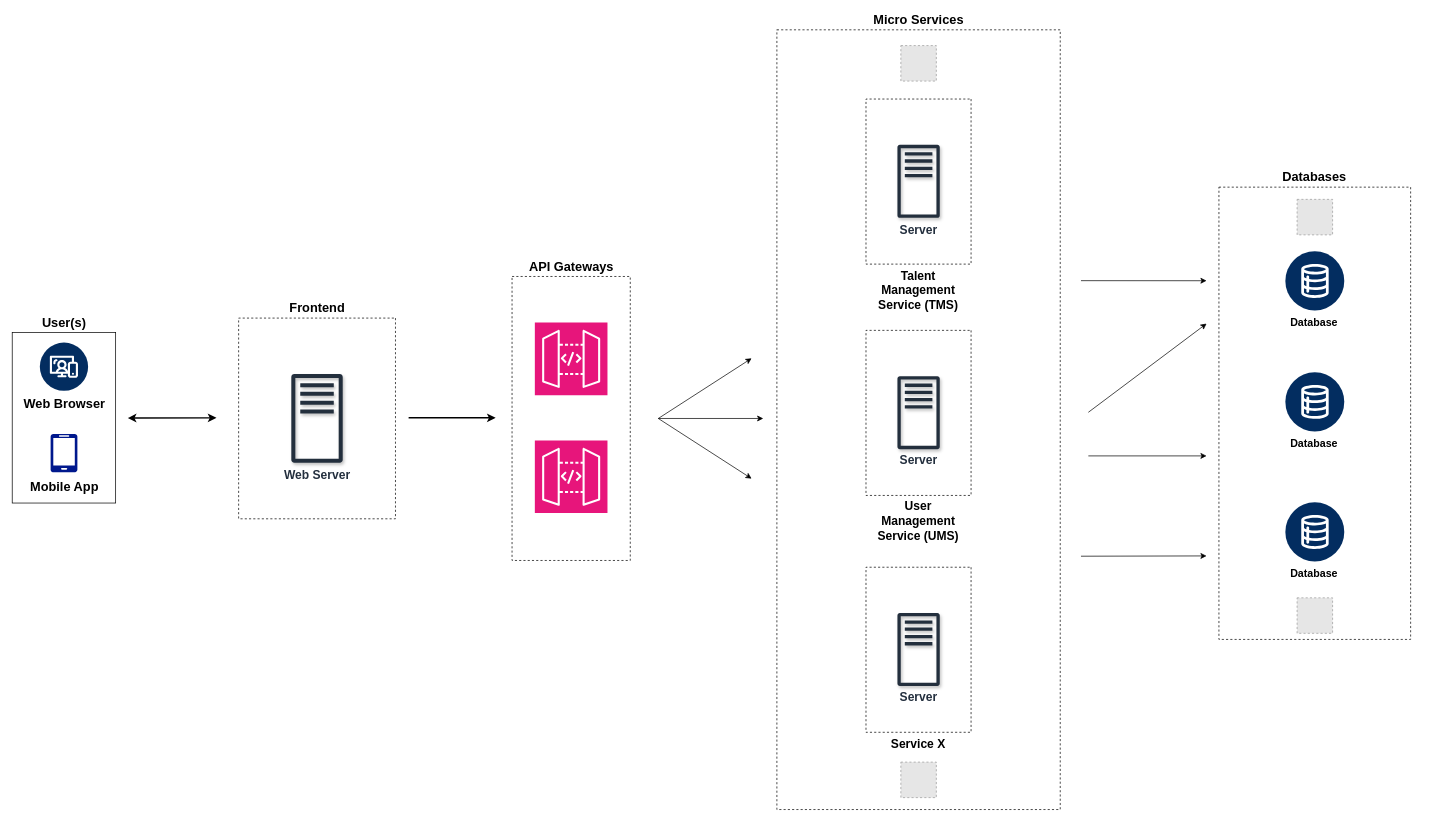
Before: newFinal.drawio in sikandar-ramzan/NinjaVision, a draw.io diagram. Source tidied: cells renumbered, new cells numbered last; positions are measured from the earlier drawing's top-left corner, leaving out a move shared by most shapes. Both pictures are drawn from the tidied source at 71%, with x=0, y=0 at pixel (12, 30). Pictures stored in the file or linked from it are replaced by grey dashed boxes.
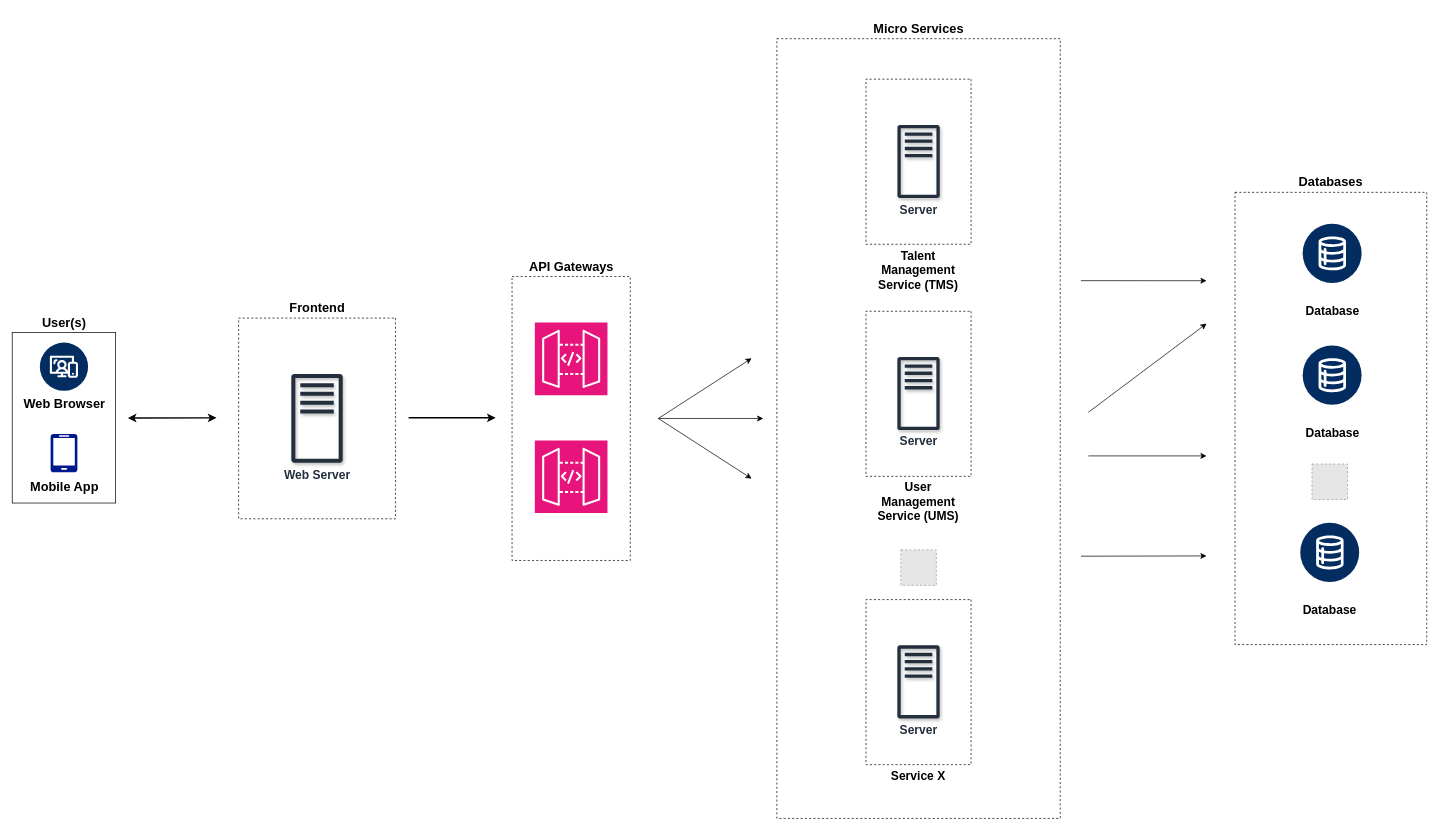
The same page after the edit.

What changed in the source:
```diff
@@
+    <mxCell id="29" value="&lt;b style=&quot;&quot;&gt;&lt;font style=&quot;font-size: 18px;&quot;&gt;Frontend&lt;/font&gt;&lt;/b&gt;" style="rounded=0;whiteSpace=wrap;html=1;direction=south;fillColor=none;dashed=1;labelPosition=center;verticalLabelPosition=top;align=center;verticalAlign=bottom;" parent="1" vertex="1">
+      <mxGeometry x="318.6" y="405.5" width="220.9" height="282.7" as="geometry" />
+    </mxCell>
+    <mxCell id="30" value="&lt;font size=&quot;1&quot; style=&quot;&quot;&gt;&lt;b style=&quot;font-size: 17px;&quot;&gt;Web Server&lt;/b&gt;&lt;/font&gt;" style="sketch=0;fontColor=#232F3E;gradientColor=none;fillColor=#232F3D;strokeColor=none;dashed=0;verticalLabelPosition=bottom;verticalAlign=top;align=center;html=1;fontSize=12;fontStyle=0;shape=mxgraph.aws4.traditional_server;shadow=1;" parent="1" vertex="1">
+      <mxGeometry x="392.8" y="484.1" width="72.4" height="125.5" as="geometry" />
+    </mxCell>
+    <mxCell id="40" style="group;" parent="1" vertex="1">
+      <mxGeometry x="735.8" y="411.8" width="102.3" height="268.4" as="geometry" />
+    </mxCell>
+    <mxCell id="41" style="sketch=0;fontColor=#232F3E;fillColor=#E7157B;strokeColor=#ffffff;dashed=0;verticalLabelPosition=bottom;verticalAlign=top;align=center;html=1;fontSize=12;fontStyle=0;shape=mxgraph.aws4.resourceIcon;resIcon=mxgraph.aws4.api_gateway;" parent="40" vertex="1">
+      <mxGeometry y="166.1" width="102.3" height="102.3" as="geometry" />
+    </mxCell>
+    <mxCell id="42" style="sketch=0;fontColor=#232F3E;fillColor=#E7157B;strokeColor=#ffffff;dashed=0;verticalLabelPosition=bottom;verticalAlign=top;align=center;html=1;fontSize=12;fontStyle=0;shape=mxgraph.aws4.resourceIcon;resIcon=mxgraph.aws4.api_gateway;" parent="40" vertex="1">
+      <mxGeometry width="102.3" height="102.3" as="geometry" />
+    </mxCell>
+    <mxCell id="43" style="group;" parent="1" vertex="1">
+      <mxGeometry x="1722" y="228.4" width="270" height="637" as="geometry" />
+    </mxCell>
+    <mxCell id="39" value="&lt;font style=&quot;font-size: 18px;&quot;&gt;&lt;b&gt;Databases&lt;/b&gt;&lt;/font&gt;" style="rounded=0;whiteSpace=wrap;html=1;fillColor=none;dashed=1;labelPosition=center;verticalLabelPosition=top;align=center;verticalAlign=bottom;" parent="43" vertex="1">
+      <mxGeometry width="270" height="637" as="geometry" />
+    </mxCell>
+    <mxCell id="44" style="group;" parent="43" vertex="1">
+      <mxGeometry x="91.7" y="44.3" width="86.6" height="504.4" as="geometry" />
+    </mxCell>
+    <mxCell id="32" style="fillColor=#E6E6E6;strokeColor=#999999;dashed=1;html=1;verticalAlign=top;verticalLabelPosition=bottom;labelBackgroundColor=#ffffff;" parent="44" vertex="1">
+      <mxGeometry x="16.7" y="338.4" width="50" height="50" as="geometry" />
+    </mxCell>
+    <mxCell id="33" value="&lt;p style=&quot;line-height: 120%;&quot;&gt;&lt;font size=&quot;1&quot; style=&quot;&quot;&gt;&lt;b style=&quot;font-size: 17px;&quot;&gt;Database&lt;/b&gt;&lt;/font&gt;&lt;/p&gt;" style="verticalLabelPosition=bottom;html=1;shape=mxgraph.salesforce.data2;" parent="44" vertex="1">
+      <mxGeometry x="3.4" width="83.3" height="83.3" as="geometry" />
+    </mxCell>
+    <mxCell id="45" value="&lt;p style=&quot;line-height: 120%;&quot;&gt;&lt;font size=&quot;1&quot; style=&quot;&quot;&gt;&lt;b style=&quot;font-size: 17px;&quot;&gt;Database&lt;/b&gt;&lt;/font&gt;&lt;/p&gt;" style="verticalLabelPosition=bottom;html=1;shape=mxgraph.salesforce.data2;" parent="44" vertex="1">
+      <mxGeometry x="3.4" y="171.5" width="83.3" height="83.3" as="geometry" />
+    </mxCell>
+    <mxCell id="46" value="&lt;p style=&quot;line-height: 120%;&quot;&gt;&lt;font size=&quot;1&quot; style=&quot;&quot;&gt;&lt;b style=&quot;font-size: 17px;&quot;&gt;Database&lt;/b&gt;&lt;/font&gt;&lt;/p&gt;" style="verticalLabelPosition=bottom;html=1;shape=mxgraph.salesforce.data2;" parent="44" vertex="1">
+      <mxGeometry y="421.2" width="83.3" height="83.3" as="geometry" />
+    </mxCell>
+    <mxCell id="47" style="group;" parent="1" vertex="1">
+      <mxGeometry x="1076.7" y="12" width="399.1" height="1098.2" as="geometry" />
+    </mxCell>
-    <mxCell id="17" value="&lt;b&gt;&lt;font style=&quot;font-size: 18px;&quot;&gt;Micro Services&lt;/font&gt;&lt;/b&gt;" style="rounded=0;whiteSpace=wrap;html=1;rotation=0;fillColor=none;dashed=1;labelPosition=center;verticalLabelPosition=top;align=center;verticalAlign=bottom;" parent="1" vertex="1">
-      <mxGeometry x="1076.7" y="-0.5" width="399.1" height="1098.2" as="geometry" />
+    <mxCell id="17" value="&lt;b&gt;&lt;font style=&quot;font-size: 18px;&quot;&gt;Micro Services&lt;/font&gt;&lt;/b&gt;" style="rounded=0;whiteSpace=wrap;html=1;rotation=0;fillColor=none;dashed=1;labelPosition=center;verticalLabelPosition=top;align=center;verticalAlign=bottom;" parent="47" vertex="1">
+      <mxGeometry width="399.1" height="1098.2" as="geometry" />
     </mxCell>
+    <mxCell id="48" style="group;" parent="47" vertex="1">
+      <mxGeometry x="100.7" y="30" width="197.7" height="992.5" as="geometry" />
+    </mxCell>
-    <mxCell id="18" style="fillColor=#E6E6E6;strokeColor=#999999;dashed=1;html=1;verticalAlign=top;verticalLabelPosition=bottom;labelBackgroundColor=#ffffff;" parent="1" vertex="1">
-      <mxGeometry x="1251.3" y="1030.9" width="50" height="50" as="geometry" />
+    <mxCell id="18" style="fillColor=#E6E6E6;strokeColor=#999999;dashed=1;html=1;verticalAlign=top;verticalLabelPosition=bottom;labelBackgroundColor=#ffffff;" parent="48" vertex="1">
+      <mxGeometry x="73.9" y="690" width="50" height="50" as="geometry" />
     </mxCell>
-    <mxCell id="19" style="fillColor=#E6E6E6;strokeColor=#999999;dashed=1;html=1;verticalAlign=top;verticalLabelPosition=bottom;labelBackgroundColor=#ffffff;" parent="1" vertex="1">
-      <mxGeometry x="1251.3" y="21.7" width="50" height="50" as="geometry" />
-    </mxCell>
+    <mxCell id="23" style="group;" parent="48" vertex="1">
+      <mxGeometry y="353.9" width="197.7" height="287.6" as="geometry" />
+    </mxCell>
+    <mxCell id="26" style="group;" parent="48" vertex="1">
+      <mxGeometry y="687.5" width="197.7" height="287.6" as="geometry" />
+    </mxCell>
+    <mxCell id="49" style="group;" parent="48" vertex="1">
+      <mxGeometry width="197.7" height="287.6" as="geometry" />
+    </mxCell>
-    <mxCell id="20" style="group;" parent="1" vertex="1">
-      <mxGeometry x="1177.4" y="70" width="197.7" height="287.6" as="geometry" />
+    <mxCell id="20" style="group;" parent="49" vertex="1">
+      <mxGeometry width="197.7" height="287.6" as="geometry" />
     </mxCell>
-    <mxCell id="21" value="&lt;b style=&quot;&quot;&gt;&lt;font style=&quot;font-size: 17px;&quot;&gt;Talent Management Service (TMS)&lt;/font&gt;&lt;/b&gt;" style="rounded=0;whiteSpace=wrap;html=1;direction=south;fillColor=none;dashed=1;labelPosition=center;verticalLabelPosition=bottom;align=center;verticalAlign=top;" parent="1" vertex="1">
-      <mxGeometry x="1202.2" y="97" width="148" height="232.5" as="geometry" />
+    <mxCell id="21" value="&lt;b style=&quot;&quot;&gt;&lt;font style=&quot;font-size: 17px;&quot;&gt;Talent Management Service (TMS)&lt;/font&gt;&lt;/b&gt;" style="rounded=0;whiteSpace=wrap;html=1;direction=south;fillColor=none;dashed=1;labelPosition=center;verticalLabelPosition=bottom;align=center;verticalAlign=top;" parent="49" vertex="1">
+      <mxGeometry x="24.8" y="27" width="148" height="232.5" as="geometry" />
     </mxCell>
-    <mxCell id="22" value="&lt;font size=&quot;1&quot; style=&quot;&quot;&gt;&lt;b style=&quot;font-size: 17px;&quot;&gt;Server&lt;/b&gt;&lt;/font&gt;" style="sketch=0;fontColor=#232F3E;gradientColor=none;fillColor=#232F3D;strokeColor=none;dashed=0;verticalLabelPosition=bottom;verticalAlign=top;align=center;html=1;fontSize=12;fontStyle=0;shape=mxgraph.aws4.traditional_server;shadow=1;" parent="1" vertex="1">
-      <mxGeometry x="1246.5" y="161.3" width="59.6" height="103.2" as="geometry" />
+    <mxCell id="22" value="&lt;font size=&quot;1&quot; style=&quot;&quot;&gt;&lt;b style=&quot;font-size: 17px;&quot;&gt;Server&lt;/b&gt;&lt;/font&gt;" style="sketch=0;fontColor=#232F3E;gradientColor=none;fillColor=#232F3D;strokeColor=none;dashed=0;verticalLabelPosition=bottom;verticalAlign=top;align=center;html=1;fontSize=12;fontStyle=0;shape=mxgraph.aws4.traditional_server;shadow=1;" parent="49" vertex="1">
+      <mxGeometry x="69.1" y="91.3" width="59.6" height="103.2" as="geometry" />
     </mxCell>
-    <mxCell id="23" style="group;" parent="1" vertex="1">
-      <mxGeometry x="1177.4" y="395.9" width="197.7" height="287.6" as="geometry" />
-    </mxCell>
+    <mxCell id="50" style="group;" parent="48" vertex="1">
+      <mxGeometry x="24.8" y="353.9" width="148" height="232.5" as="geometry" />
+    </mxCell>
-    <mxCell id="24" value="&lt;b style=&quot;&quot;&gt;&lt;font style=&quot;font-size: 17px;&quot;&gt;User Management Service (UMS)&lt;/font&gt;&lt;/b&gt;" style="rounded=0;whiteSpace=wrap;html=1;direction=south;fillColor=none;dashed=1;labelPosition=center;verticalLabelPosition=bottom;align=center;verticalAlign=top;" parent="1" vertex="1">
-      <mxGeometry x="1202.2" y="422.8" width="148" height="232.5" as="geometry" />
+    <mxCell id="24" value="&lt;b style=&quot;&quot;&gt;&lt;font style=&quot;font-size: 17px;&quot;&gt;User Management Service (UMS)&lt;/font&gt;&lt;/b&gt;" style="rounded=0;whiteSpace=wrap;html=1;direction=south;fillColor=none;dashed=1;labelPosition=center;verticalLabelPosition=bottom;align=center;verticalAlign=top;" parent="50" vertex="1">
+      <mxGeometry width="148" height="232.5" as="geometry" />
     </mxCell>
-    <mxCell id="25" value="&lt;font size=&quot;1&quot; style=&quot;&quot;&gt;&lt;b style=&quot;font-size: 17px;&quot;&gt;Server&lt;/b&gt;&lt;/font&gt;" style="sketch=0;fontColor=#232F3E;gradientColor=none;fillColor=#232F3D;strokeColor=none;dashed=0;verticalLabelPosition=bottom;verticalAlign=top;align=center;html=1;fontSize=12;fontStyle=0;shape=mxgraph.aws4.traditional_server;shadow=1;" parent="1" vertex="1">
-      <mxGeometry x="1246.5" y="487.1" width="59.6" height="103.2" as="geometry" />
+    <mxCell id="25" value="&lt;font size=&quot;1&quot; style=&quot;&quot;&gt;&lt;b style=&quot;font-size: 17px;&quot;&gt;Server&lt;/b&gt;&lt;/font&gt;" style="sketch=0;fontColor=#232F3E;gradientColor=none;fillColor=#232F3D;strokeColor=none;dashed=0;verticalLabelPosition=bottom;verticalAlign=top;align=center;html=1;fontSize=12;fontStyle=0;shape=mxgraph.aws4.traditional_server;shadow=1;" parent="50" vertex="1">
+      <mxGeometry x="44.2" y="64.3" width="59.6" height="103.2" as="geometry" />
     </mxCell>
-    <mxCell id="26" style="group;" parent="1" vertex="1">
-      <mxGeometry x="1177.4" y="729.5" width="197.7" height="287.6" as="geometry" />
-    </mxCell>
+    <mxCell id="51" style="group;" parent="48" vertex="1">
+      <mxGeometry x="24.8" y="760" width="148" height="232.5" as="geometry" />
+    </mxCell>
-    <mxCell id="27" value="&lt;b style=&quot;&quot;&gt;&lt;font style=&quot;font-size: 17px;&quot;&gt;Service X&lt;/font&gt;&lt;/b&gt;" style="rounded=0;whiteSpace=wrap;html=1;direction=south;fillColor=none;dashed=1;labelPosition=center;verticalLabelPosition=bottom;align=center;verticalAlign=top;" parent="1" vertex="1">
-      <mxGeometry x="1202.2" y="756.4" width="148" height="232.5" as="geometry" />
+    <mxCell id="27" value="&lt;b style=&quot;&quot;&gt;&lt;font style=&quot;font-size: 17px;&quot;&gt;Service X&lt;/font&gt;&lt;/b&gt;" style="rounded=0;whiteSpace=wrap;html=1;direction=south;fillColor=none;dashed=1;labelPosition=center;verticalLabelPosition=bottom;align=center;verticalAlign=top;" parent="51" vertex="1">
+      <mxGeometry width="148" height="232.5" as="geometry" />
     </mxCell>
-    <mxCell id="28" value="&lt;font size=&quot;1&quot; style=&quot;&quot;&gt;&lt;b style=&quot;font-size: 17px;&quot;&gt;Server&lt;/b&gt;&lt;/font&gt;" style="sketch=0;fontColor=#232F3E;gradientColor=none;fillColor=#232F3D;strokeColor=none;dashed=0;verticalLabelPosition=bottom;verticalAlign=top;align=center;html=1;fontSize=12;fontStyle=0;shape=mxgraph.aws4.traditional_server;shadow=1;" parent="1" vertex="1">
-      <mxGeometry x="1246.5" y="820.7" width="59.6" height="103.2" as="geometry" />
+    <mxCell id="28" value="&lt;font size=&quot;1&quot; style=&quot;&quot;&gt;&lt;b style=&quot;font-size: 17px;&quot;&gt;Server&lt;/b&gt;&lt;/font&gt;" style="sketch=0;fontColor=#232F3E;gradientColor=none;fillColor=#232F3D;strokeColor=none;dashed=0;verticalLabelPosition=bottom;verticalAlign=top;align=center;html=1;fontSize=12;fontStyle=0;shape=mxgraph.aws4.traditional_server;shadow=1;" parent="51" vertex="1">
+      <mxGeometry x="44.2" y="64.3" width="59.6" height="103.2" as="geometry" />
     </mxCell>
-    <mxCell id="29" value="&lt;b style=&quot;&quot;&gt;&lt;font style=&quot;font-size: 18px;&quot;&gt;Frontend&lt;/font&gt;&lt;/b&gt;" style="rounded=0;whiteSpace=wrap;html=1;direction=south;fillColor=none;dashed=1;labelPosition=center;verticalLabelPosition=top;align=center;verticalAlign=bottom;" parent="1" vertex="1">
-      <mxGeometry x="318.6" y="405.5" width="220.9" height="282.7" as="geometry" />
-    </mxCell>
-    <mxCell id="30" value="&lt;font size=&quot;1&quot; style=&quot;&quot;&gt;&lt;b style=&quot;font-size: 17px;&quot;&gt;Web Server&lt;/b&gt;&lt;/font&gt;" style="sketch=0;fontColor=#232F3E;gradientColor=none;fillColor=#232F3D;strokeColor=none;dashed=0;verticalLabelPosition=bottom;verticalAlign=top;align=center;html=1;fontSize=12;fontStyle=0;shape=mxgraph.aws4.traditional_server;shadow=1;" parent="1" vertex="1">
-      <mxGeometry x="392.8" y="484.1" width="72.4" height="125.5" as="geometry" />
-    </mxCell>
-    <mxCell id="31" style="fillColor=#E6E6E6;strokeColor=#999999;dashed=1;html=1;verticalAlign=top;verticalLabelPosition=bottom;labelBackgroundColor=#ffffff;" parent="1" vertex="1">
-      <mxGeometry x="1809.4" y="238.3" width="50" height="50" as="geometry" />
-    </mxCell>
-    <mxCell id="32" style="fillColor=#E6E6E6;strokeColor=#999999;dashed=1;html=1;verticalAlign=top;verticalLabelPosition=bottom;labelBackgroundColor=#ffffff;" parent="1" vertex="1">
-      <mxGeometry x="1809.4" y="799.5" width="50" height="50" as="geometry" />
-    </mxCell>
-    <mxCell id="33" style="verticalLabelPosition=bottom;html=1;shape=mxgraph.salesforce.data2;" parent="1" vertex="1">
-      <mxGeometry x="1792.7" y="311.5" width="83.3" height="83.3" as="geometry" />
-    </mxCell>
-    <mxCell id="34" value="&lt;font style=&quot;font-size: 15px;&quot;&gt;&lt;b&gt;Database&lt;/b&gt;&lt;/font&gt;" style="text;html=1;align=center;verticalAlign=middle;strokeColor=none;fillColor=none;" parent="1" vertex="1">
-      <mxGeometry x="1787.5" y="396.2" width="90" height="30" as="geometry" />
-    </mxCell>
-    <mxCell id="35" style="verticalLabelPosition=bottom;html=1;shape=mxgraph.salesforce.data2;" parent="1" vertex="1">
-      <mxGeometry x="1792.7" y="481.8" width="83.3" height="83.3" as="geometry" />
-    </mxCell>
-    <mxCell id="36" value="&lt;font style=&quot;font-size: 15px;&quot;&gt;&lt;b&gt;Database&lt;/b&gt;&lt;/font&gt;" style="text;html=1;align=center;verticalAlign=middle;strokeColor=none;fillColor=none;" parent="1" vertex="1">
-      <mxGeometry x="1787.5" y="566.5" width="90" height="30" as="geometry" />
-    </mxCell>
-    <mxCell id="37" style="verticalLabelPosition=bottom;html=1;shape=mxgraph.salesforce.data2;" parent="1" vertex="1">
-      <mxGeometry x="1792.7" y="665" width="83.3" height="83.3" as="geometry" />
-    </mxCell>
-    <mxCell id="38" value="&lt;font style=&quot;font-size: 15px;&quot;&gt;&lt;b&gt;Database&lt;/b&gt;&lt;/font&gt;" style="text;html=1;align=center;verticalAlign=middle;strokeColor=none;fillColor=none;" parent="1" vertex="1">
-      <mxGeometry x="1787.5" y="749.7" width="90" height="30" as="geometry" />
-    </mxCell>
-    <mxCell id="39" value="&lt;font style=&quot;font-size: 18px;&quot;&gt;&lt;b&gt;Databases&lt;/b&gt;&lt;/font&gt;" style="rounded=0;whiteSpace=wrap;html=1;fillColor=none;dashed=1;labelPosition=center;verticalLabelPosition=top;align=center;verticalAlign=bottom;" parent="1" vertex="1">
-      <mxGeometry x="1699.3" y="221.1" width="270" height="637" as="geometry" />
-    </mxCell>
-    <mxCell id="40" style="group;" parent="1" vertex="1">
-      <mxGeometry x="735.8" y="411.8" width="102.3" height="268.4" as="geometry" />
-    </mxCell>
-    <mxCell id="41" style="sketch=0;fontColor=#232F3E;fillColor=#E7157B;strokeColor=#ffffff;dashed=0;verticalLabelPosition=bottom;verticalAlign=top;align=center;html=1;fontSize=12;fontStyle=0;shape=mxgraph.aws4.resourceIcon;resIcon=mxgraph.aws4.api_gateway;" parent="40" vertex="1">
-      <mxGeometry y="166.1" width="102.3" height="102.3" as="geometry" />
-    </mxCell>
-    <mxCell id="42" style="sketch=0;fontColor=#232F3E;fillColor=#E7157B;strokeColor=#ffffff;dashed=0;verticalLabelPosition=bottom;verticalAlign=top;align=center;html=1;fontSize=12;fontStyle=0;shape=mxgraph.aws4.resourceIcon;resIcon=mxgraph.aws4.api_gateway;" parent="40" vertex="1">
-      <mxGeometry width="102.3" height="102.3" as="geometry" />
-    </mxCell>
```
